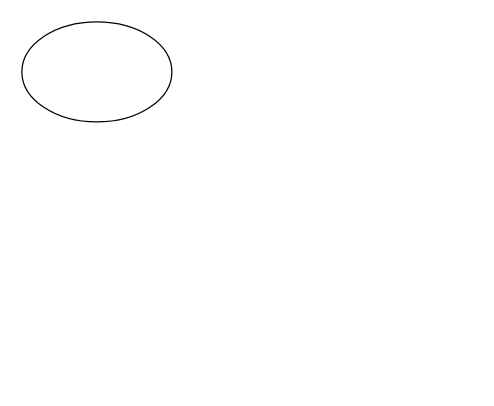
Earlier version of the draw.io diagram Untitled Diagram.drawio (SherahIsrael/Evently). Source tidied: cells renumbered, new cells numbered last; positions are measured from the earlier drawing's top-left corner, leaving out a move shared by most shapes. Both pictures are drawn from the tidied source at 125%, with x=0, y=0 at pixel (21, 21).
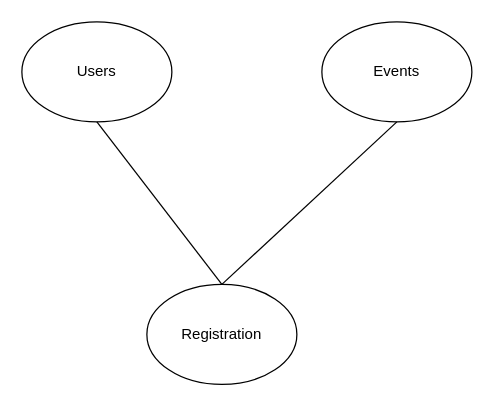
The same page after the edit.

Commit message:
Basic database outline

Change to the diagram source:
```diff
@@
 <mxGraphModel>
   <root>
     <mxCell id="0" />
     <mxCell id="1" parent="0" />
-    <mxCell id="2" style="ellipse;whiteSpace=wrap;html=1;" parent="1" vertex="1">
+    <mxCell id="2" value="Users" style="ellipse;whiteSpace=wrap;html=1;" parent="1" vertex="1">
       <mxGeometry width="120" height="80" as="geometry" />
     </mxCell>
+    <mxCell id="3" value="Events" style="ellipse;whiteSpace=wrap;html=1;" parent="1" vertex="1">
+      <mxGeometry x="240" width="120" height="80" as="geometry" />
+    </mxCell>
+    <mxCell id="4" value="Registration" style="ellipse;whiteSpace=wrap;html=1;" parent="1" vertex="1">
+      <mxGeometry x="100" y="210" width="120" height="80" as="geometry" />
+    </mxCell>
+    <mxCell id="5" style="endArrow=none;html=1;rounded=0;entryX=0.5;entryY=1;entryDx=0;entryDy=0;exitX=0.5;exitY=0;exitDx=0;exitDy=0;" parent="1" edge="1" source="4" target="3">
+      <mxGeometry relative="1" as="geometry" />
+    </mxCell>
+    <mxCell id="6" style="endArrow=none;html=1;rounded=0;entryX=0.5;entryY=1;entryDx=0;entryDy=0;" parent="1" edge="1" target="2">
+      <mxGeometry relative="1" as="geometry">
+        <mxPoint x="160" y="210" as="sourcePoint" />
+      </mxGeometry>
+    </mxCell>
   </root>
 </mxGraphModel>
```
